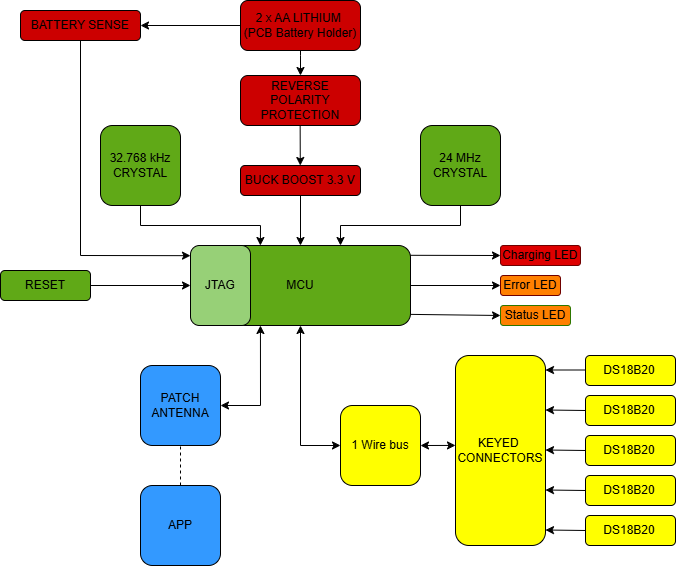
garcianeilangelo-crypto/ESE_RADIATOR keeps this draw.io diagram as images/Radiator.png. Above is the earlier version. Source tidied: cells renumbered, new cells last; positions are measured from the earlier drawing's top-left corner, leaving out a move shared by most shapes.
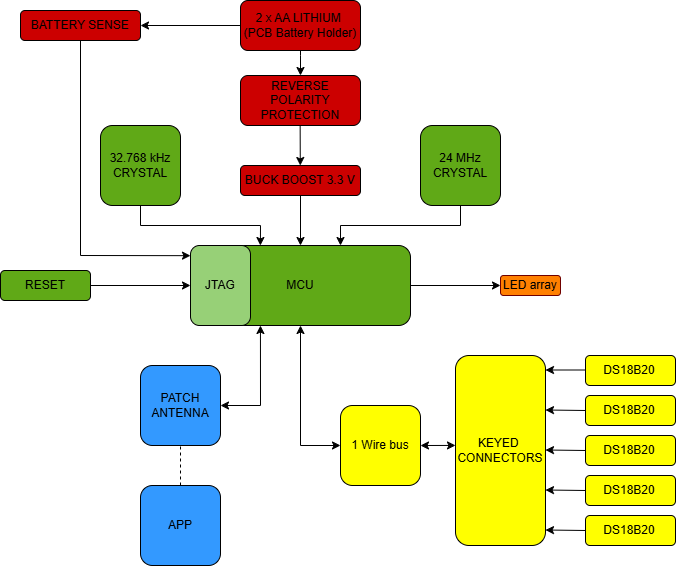
Later version of the same file.

Change to the diagram source:
```diff
@@ -8,12 +8,9 @@
     <mxCell id="3" value="&lt;span style=&quot;color: rgb(0, 0, 0);&quot;&gt;JTAG&lt;/span&gt;" style="rounded=1;whiteSpace=wrap;html=1;roundedPerimeter=1;direction=south;strokeColor=#000000;fillColor=#97D077;" parent="1" vertex="1">
       <mxGeometry x="190" y="245" width="60" height="80" as="geometry" />
     </mxCell>
-    <mxCell id="4" value="&lt;span style=&quot;color: rgb(0, 0, 0);&quot;&gt;Error LED&lt;/span&gt;" style="rounded=1;whiteSpace=wrap;html=1;roundedPerimeter=1;fillColor=#FF8000;fontColor=#ffffff;strokeColor=#6F0000;" parent="1" vertex="1">
+    <mxCell id="4" value="&lt;span style=&quot;color: rgb(0, 0, 0);&quot;&gt;LED array&lt;/span&gt;" style="rounded=1;whiteSpace=wrap;html=1;roundedPerimeter=1;fillColor=#FF8000;fontColor=#ffffff;strokeColor=#6F0000;" parent="1" vertex="1">
       <mxGeometry x="500" y="275" width="60" height="20" as="geometry" />
     </mxCell>
-    <mxCell id="5" value="&lt;span style=&quot;color: rgb(0, 0, 0);&quot;&gt;Status LED&lt;/span&gt;" style="rounded=1;whiteSpace=wrap;html=1;roundedPerimeter=1;fillColor=#FF8000;fontColor=#ffffff;strokeColor=#2D7600;" parent="1" vertex="1">
-      <mxGeometry x="500" y="305" width="70" height="20" as="geometry" />
-    </mxCell>
     <mxCell id="6" value="&lt;font color=&quot;#000000&quot;&gt;RESET&lt;/font&gt;" style="rounded=1;whiteSpace=wrap;html=1;roundedPerimeter=1;fillColor=#60a917;fontColor=#ffffff;strokeColor=#000000;" parent="1" vertex="1">
       <mxGeometry y="270" width="90" height="30" as="geometry" />
     </mxCell>
@@ -23,9 +20,6 @@
     <mxCell id="8" value="&lt;span style=&quot;color: light-dark(rgb(0, 0, 0), rgb(0, 0, 0));&quot;&gt;2 x AA LITHIUM&amp;nbsp;&lt;/span&gt;&lt;div&gt;&lt;span style=&quot;color: light-dark(rgb(0, 0, 0), rgb(0, 0, 0));&quot;&gt;(PCB Battery Holder)&lt;/span&gt;&lt;/div&gt;" style="rounded=1;whiteSpace=wrap;html=1;roundedPerimeter=1;fillColor=#CC0000;fontColor=#ffffff;strokeColor=#000000;" parent="1" vertex="1">
       <mxGeometry x="240" width="120" height="50" as="geometry" />
     </mxCell>
-    <mxCell id="9" value="&lt;span style=&quot;color: rgb(0, 0, 0);&quot;&gt;Charging LED&lt;/span&gt;" style="rounded=1;whiteSpace=wrap;html=1;roundedPerimeter=1;fillColor=#DE0000;fontColor=#ffffff;strokeColor=#6F0000;" parent="1" vertex="1">
-      <mxGeometry x="500" y="245" width="80" height="20" as="geometry" />
-    </mxCell>
     <mxCell id="10" value="&lt;span style=&quot;color: light-dark(rgb(0, 0, 0), rgb(0, 0, 0));&quot;&gt;REVERSE POLARITY PROTECTION&lt;/span&gt;" style="rounded=1;whiteSpace=wrap;html=1;roundedPerimeter=1;fillColor=#CC0000;fontColor=#ffffff;strokeColor=#000000;" parent="1" vertex="1">
       <mxGeometry x="240" y="75" width="120" height="50" as="geometry" />
     </mxCell>
@@ -94,9 +88,6 @@
         <mxPoint x="545" y="529.5" as="targetPoint" />
       </mxGeometry>
     </mxCell>
-    <mxCell id="28" style="endArrow=classic;html=1;rounded=0;defaultLabelBackgroundColor=page;fillColor=#000000;strokeColor=#000000;entryX=0;entryY=0.5;entryDx=0;entryDy=0;exitX=1;exitY=0.861;exitDx=0;exitDy=0;" parent="1" edge="1" source="2" target="5">
-      <mxGeometry x="-0.02" relative="1" as="geometry" />
-    </mxCell>
     <mxCell id="29" style="endArrow=classic;html=1;rounded=0;defaultLabelBackgroundColor=page;fillColor=#000000;strokeColor=#000000;entryX=0;entryY=0.5;entryDx=0;entryDy=0;exitX=1;exitY=0.5;exitDx=0;exitDy=0;" parent="1" edge="1" source="2" target="4">
       <mxGeometry x="0.2" relative="1" as="geometry" />
     </mxCell>
@@ -134,9 +125,6 @@
         </Array>
       </mxGeometry>
     </mxCell>
-    <mxCell id="35" style="endArrow=classic;html=1;rounded=0;defaultLabelBackgroundColor=page;fillColor=#000000;strokeColor=#000000;entryX=0;entryY=0.5;entryDx=0;entryDy=0;exitX=1;exitY=0.122;exitDx=0;exitDy=0;" parent="1" edge="1" source="2" target="9">
-      <mxGeometry x="0.09" relative="1" as="geometry" />
-    </mxCell>
     <mxCell id="36" value="&lt;span style=&quot;color: light-dark(rgb(0, 0, 0), rgb(0, 0, 0));&quot;&gt;BUCK BOOST 3.3 V&lt;/span&gt;" style="rounded=1;whiteSpace=wrap;html=1;roundedPerimeter=1;fillColor=#CC0000;fontColor=#ffffff;strokeColor=#000000;" parent="1" vertex="1">
       <mxGeometry x="240" y="165" width="120" height="30" as="geometry" />
     </mxCell>
```
